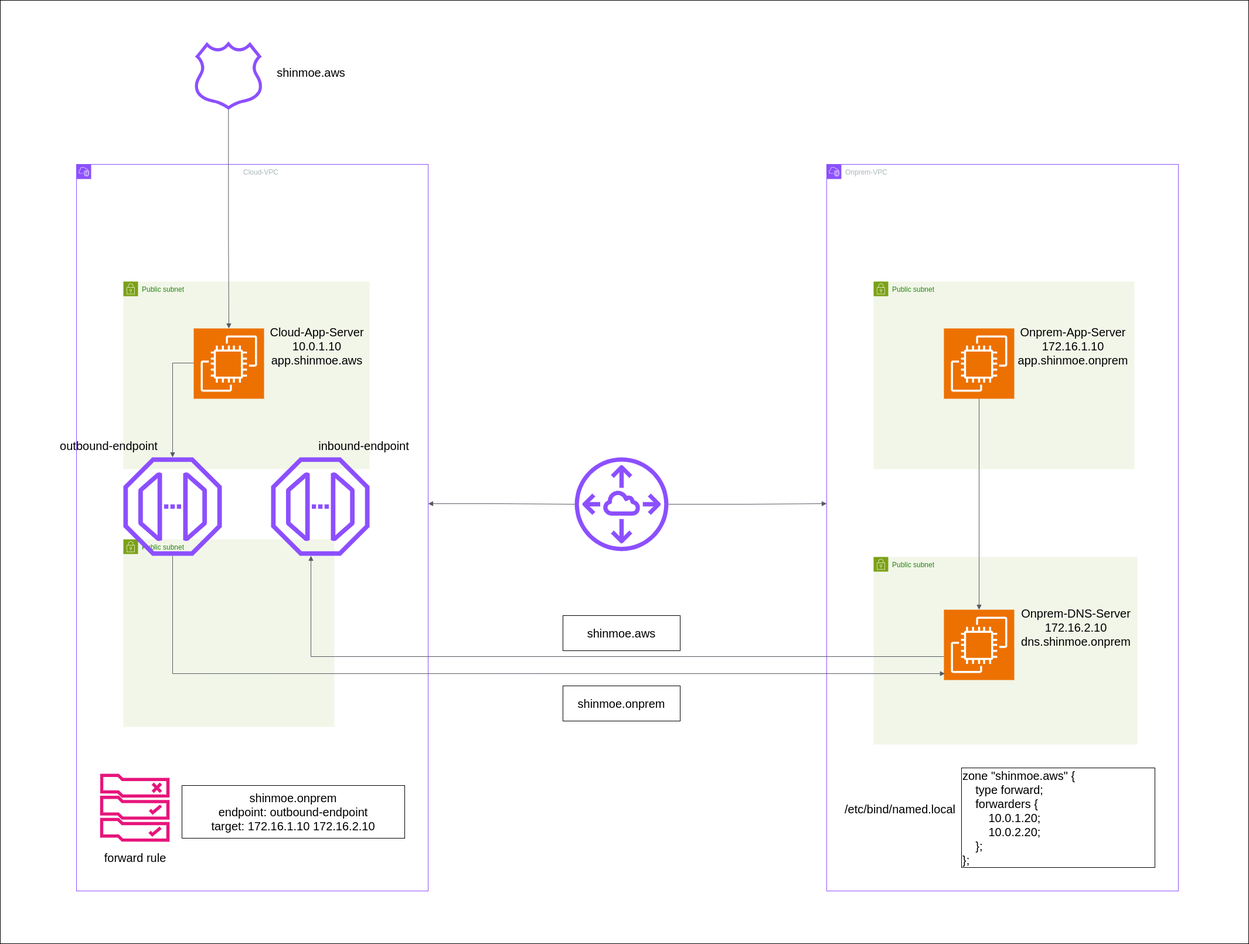
This is images/hybriddns.png from shinmoniee/hybrid-dns-resolution-with-amazon-route53-resolver, a draw.io export, as it was before one commit. Source tidied: cells renumbered, new cells last; positions are measured from the earlier drawing's top-left corner, leaving out a move shared by most shapes.
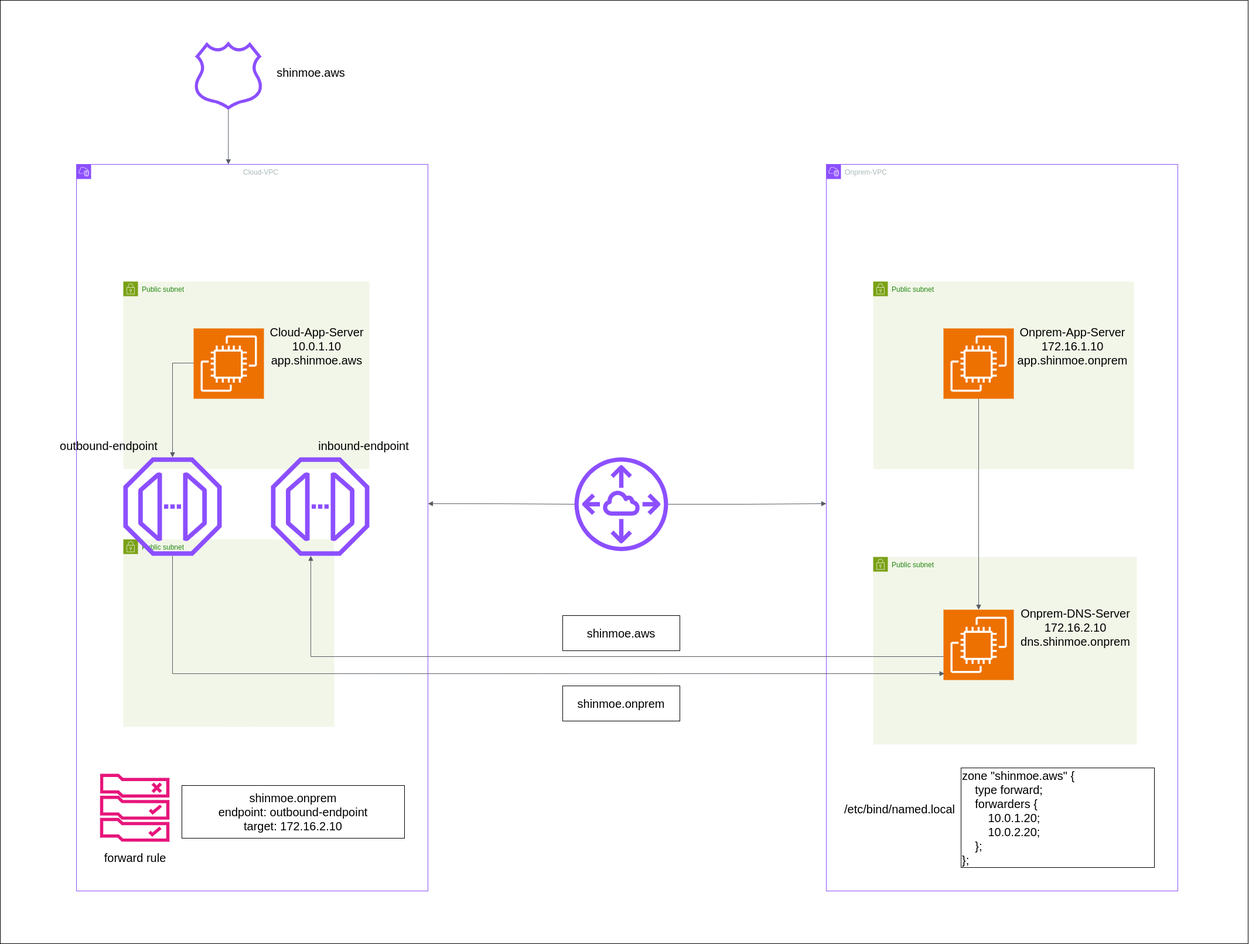
Later version of the same file.

What changed in the source:
```diff
@@ -46,7 +46,7 @@
     <mxCell id="14" value="&lt;span style=&quot;font-size: 20px;&quot;&gt;forward rule&lt;/span&gt;" style="text;html=1;align=center;verticalAlign=middle;strokeColor=none;fillColor=none;fontSize=20;" parent="3" vertex="1">
       <mxGeometry x="34.5" y="1163" width="130" height="40" as="geometry" />
     </mxCell>
-    <mxCell id="15" value="shinmoe.onprem&lt;div style=&quot;font-size: 20px;&quot;&gt;endpoint: outbound-endpoint&lt;/div&gt;&lt;div style=&quot;font-size: 20px;&quot;&gt;target: 172.16.1.10 172.16.2.10&lt;/div&gt;" style="whiteSpace=wrap;html=1;fontSize=20;" parent="3" vertex="1">
+    <mxCell id="15" value="shinmoe.onprem&lt;div style=&quot;font-size: 20px;&quot;&gt;endpoint: outbound-endpoint&lt;/div&gt;&lt;div style=&quot;font-size: 20px;&quot;&gt;target: 172.16.2.10&lt;/div&gt;" style="whiteSpace=wrap;html=1;fontSize=20;" parent="3" vertex="1">
       <mxGeometry x="180" y="1060" width="380" height="90" as="geometry" />
     </mxCell>
     <mxCell id="16" value="Onprem-VPC" style="gradientColor=none;html=1;whiteSpace=wrap;fontSize=12;fontStyle=0;shape=mxgraph.aws4.group;grIcon=mxgraph.aws4.group_vpc2;strokeColor=#8C4FFF;fillColor=none;verticalAlign=top;align=left;spacingLeft=30;fontColor=#AAB7B8;dashed=0;" parent="1" vertex="1">
@@ -103,11 +103,11 @@
         </Array>
       </mxGeometry>
     </mxCell>
-    <mxCell id="32" style="edgeStyle=orthogonalEdgeStyle;html=1;endArrow=block;elbow=vertical;startArrow=none;endFill=1;strokeColor=#545B64;rounded=0;entryX=0.5;entryY=0;entryDx=0;entryDy=0;entryPerimeter=0;" parent="1" edge="1" source="26" target="5">
+    <mxCell id="32" style="edgeStyle=orthogonalEdgeStyle;html=1;endArrow=block;elbow=vertical;startArrow=none;endFill=1;strokeColor=#545B64;rounded=0;" parent="1" edge="1" source="26" target="3">
       <mxGeometry relative="1" as="geometry">
         <Array as="points">
-          <mxPoint x="390" y="400" />
-          <mxPoint x="390" y="400" />
+          <mxPoint x="389" y="250" />
+          <mxPoint x="389" y="250" />
         </Array>
       </mxGeometry>
     </mxCell>
```
